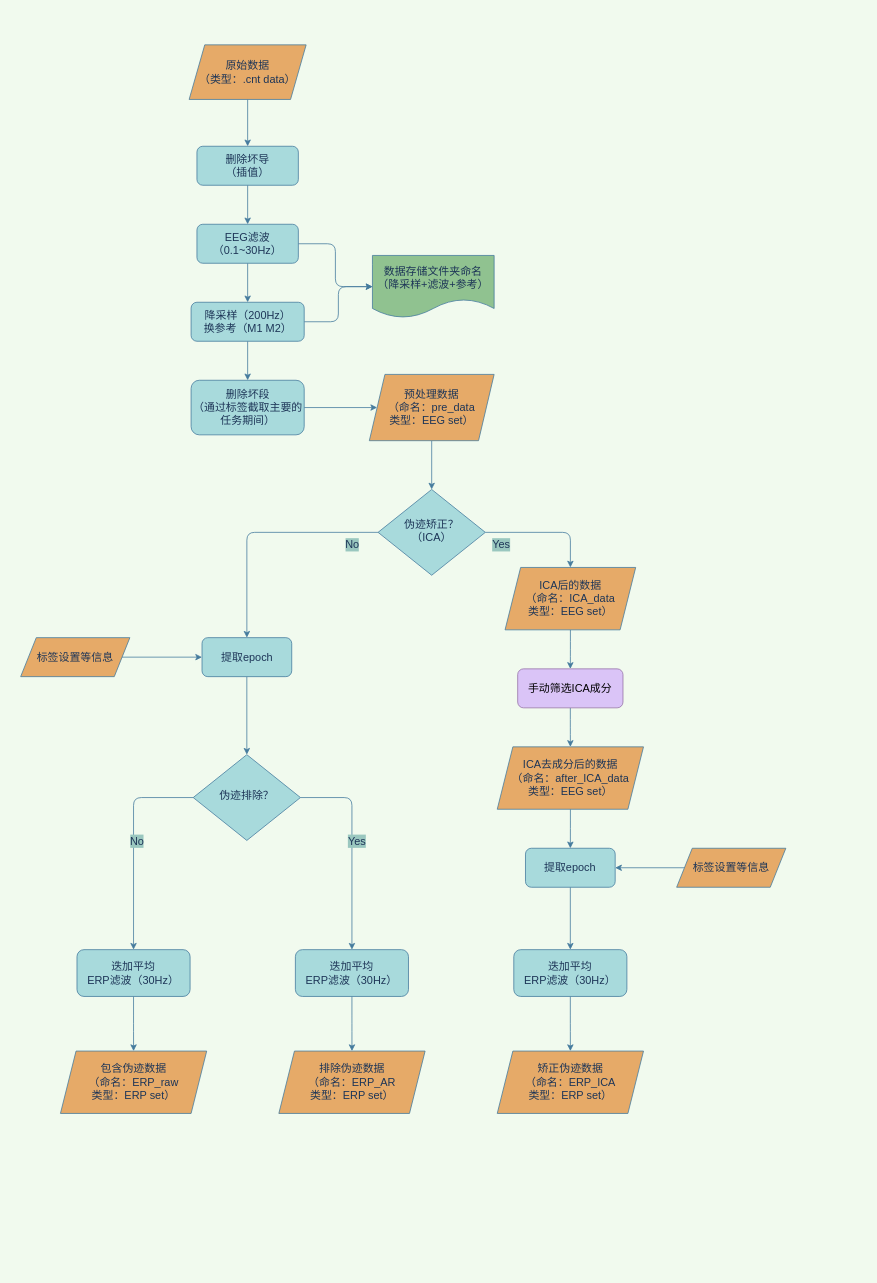
Before: EEG预处理流程.drawio in pilgrimmeng/Draw, a draw.io diagram. Source tidied: cells renumbered, new cells numbered last; positions are measured from the earlier drawing's top-left corner, leaving out a move shared by most shapes. Both pictures are drawn from the tidied source at 78%, with x=0, y=0 at pixel (20, 44).
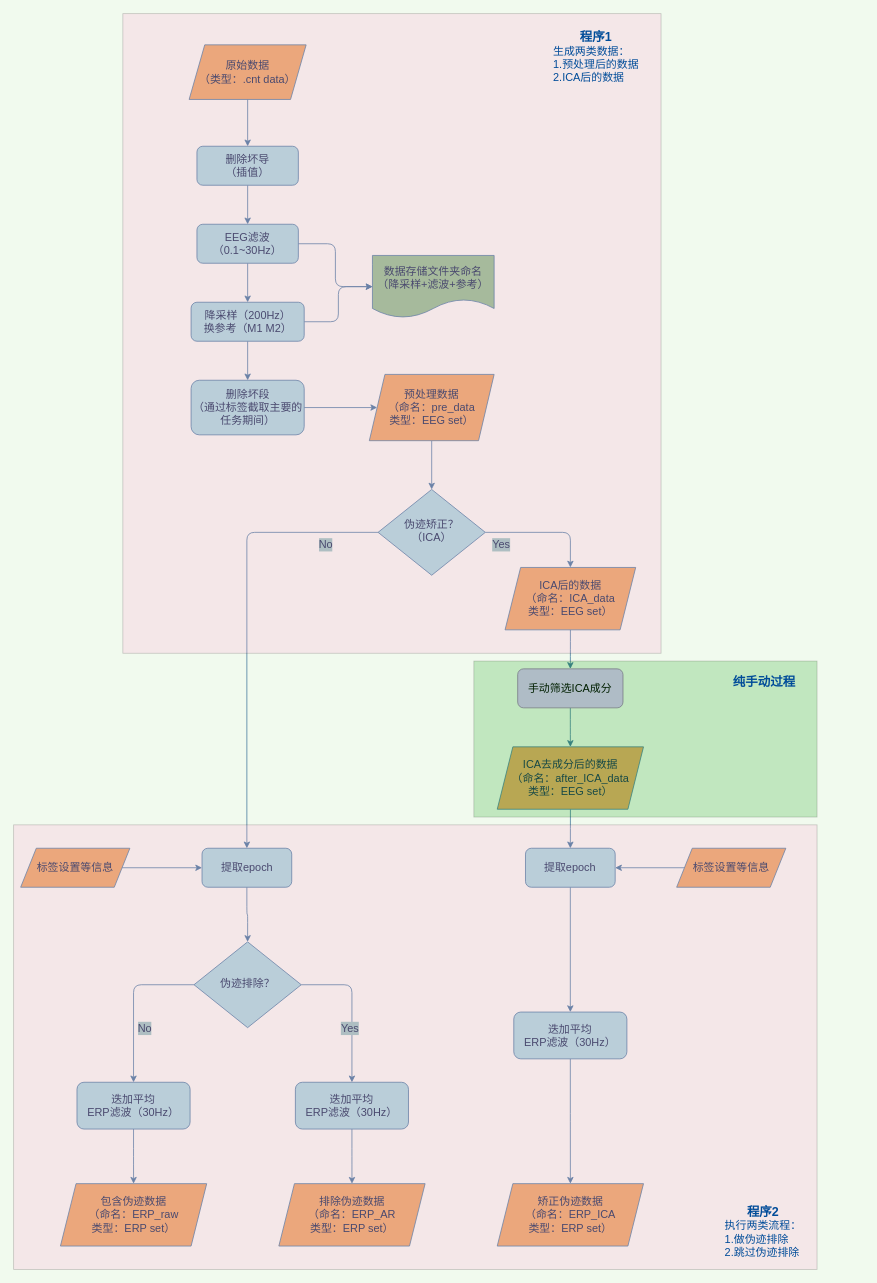
Above is the later version.

Commit message:
已添加 EEG预处理流程.drawio

Change to the diagram source:
```diff
@@
     <mxCell id="23" value="提取epoch" style="rounded=1;whiteSpace=wrap;html=1;fontSize=14;glass=0;strokeWidth=1;shadow=0;fillColor=#A8DADC;strokeColor=#457B9D;fontColor=#1D3557;" parent="1" vertex="1">
-      <mxGeometry x="232.5" y="760" width="115" height="50" as="geometry" />
+      <mxGeometry x="232.5" y="1030" width="115" height="50" as="geometry" />
     </mxCell>
@@
     <mxCell id="25" value="标签设置等信息" style="shape=parallelogram;perimeter=parallelogramPerimeter;whiteSpace=wrap;html=1;fixedSize=1;rounded=0;sketch=0;fontColor=#1D3557;strokeColor=#457B9D;fontSize=14;fillColor=#E6AA68;" parent="1" vertex="1">
-      <mxGeometry y="760" width="140" height="50" as="geometry" />
+      <mxGeometry y="1030" width="140" height="50" as="geometry" />
     </mxCell>
@@
     <mxCell id="32" value="伪迹排除？" style="rhombus;whiteSpace=wrap;html=1;shadow=0;fontFamily=Helvetica;fontSize=14;align=center;strokeWidth=1;spacing=6;spacingTop=-4;fillColor=#A8DADC;strokeColor=#457B9D;fontColor=#1D3557;" parent="1" vertex="1">
-      <mxGeometry x="221.2" y="910" width="137.5" height="110" as="geometry" />
+      <mxGeometry x="222.2" y="1150" width="137.5" height="110" as="geometry" />
     </mxCell>
@@
     <mxCell id="38" value="迭加平均&lt;br&gt;ERP滤波（30Hz）" style="rounded=1;whiteSpace=wrap;html=1;fontSize=14;glass=0;strokeWidth=1;shadow=0;fillColor=#A8DADC;strokeColor=#457B9D;fontColor=#1D3557;" parent="1" vertex="1">
-      <mxGeometry x="72.2" y="1160" width="145" height="60" as="geometry" />
+      <mxGeometry x="72.2" y="1330" width="145" height="60" as="geometry" />
     </mxCell>
@@
     <mxCell id="44" value="迭加平均&lt;br&gt;ERP滤波（30Hz）" style="rounded=1;whiteSpace=wrap;html=1;fontSize=14;glass=0;strokeWidth=1;shadow=0;fillColor=#A8DADC;strokeColor=#457B9D;fontColor=#1D3557;" parent="1" vertex="1">
-      <mxGeometry x="352.2" y="1160" width="145" height="60" as="geometry" />
+      <mxGeometry x="352.2" y="1330" width="145" height="60" as="geometry" />
     </mxCell>
@@
     <mxCell id="46" value="迭加平均&lt;br&gt;ERP滤波（30Hz）" style="rounded=1;whiteSpace=wrap;html=1;fontSize=14;glass=0;strokeWidth=1;shadow=0;fillColor=#A8DADC;strokeColor=#457B9D;fontColor=#1D3557;" parent="1" vertex="1">
-      <mxGeometry x="632.2" y="1160" width="145" height="60" as="geometry" />
+      <mxGeometry x="632.2" y="1240" width="145" height="60" as="geometry" />
     </mxCell>
     <mxCell id="47" value="包含伪迹数据&lt;br&gt;（命名：ERP_raw&lt;br&gt;类型：ERP set）" style="shape=parallelogram;perimeter=parallelogramPerimeter;whiteSpace=wrap;html=1;fixedSize=1;rounded=0;sketch=0;fontColor=#1D3557;strokeColor=#457B9D;fontSize=14;fillColor=#E6AA68;" parent="1" vertex="1">
-      <mxGeometry x="51" y="1290" width="187.5" height="80" as="geometry" />
+      <mxGeometry x="51" y="1460" width="187.5" height="80" as="geometry" />
     </mxCell>
     <mxCell id="48" value="排除伪迹数据&lt;br&gt;（命名：ERP_AR&lt;br&gt;类型：ERP set）" style="shape=parallelogram;perimeter=parallelogramPerimeter;whiteSpace=wrap;html=1;fixedSize=1;rounded=0;sketch=0;fontColor=#1D3557;strokeColor=#457B9D;fontSize=14;fillColor=#E6AA68;" parent="1" vertex="1">
-      <mxGeometry x="331" y="1290" width="187.5" height="80" as="geometry" />
+      <mxGeometry x="331" y="1460" width="187.5" height="80" as="geometry" />
     </mxCell>
     <mxCell id="49" value="矫正伪迹数据&lt;br&gt;（命名：ERP_ICA&lt;br&gt;类型：ERP set）" style="shape=parallelogram;perimeter=parallelogramPerimeter;whiteSpace=wrap;html=1;fixedSize=1;rounded=0;sketch=0;fontColor=#1D3557;strokeColor=#457B9D;fontSize=14;fillColor=#E6AA68;" parent="1" vertex="1">
-      <mxGeometry x="611" y="1290" width="187.5" height="80" as="geometry" />
+      <mxGeometry x="611" y="1460" width="187.5" height="80" as="geometry" />
     </mxCell>
+    <mxCell id="50" style="rounded=0;whiteSpace=wrap;html=1;fillColor=#FF99CC;opacity=20;" parent="1" vertex="1">
+      <mxGeometry x="131" y="-40" width="690" height="820" as="geometry" />
+    </mxCell>
+    <mxCell id="51" value="&lt;div style=&quot;text-align: center&quot;&gt;&lt;font style=&quot;font-size: 16px&quot;&gt;程序1&lt;/font&gt;&lt;/div&gt;&lt;span style=&quot;font-size: 14px&quot;&gt;&lt;span style=&quot;font-weight: normal&quot;&gt;生成两类数据：&lt;/span&gt;&lt;br&gt;&lt;span style=&quot;font-weight: normal&quot;&gt;1.预处理后的数据&lt;/span&gt;&lt;br&gt;&lt;span style=&quot;font-weight: normal&quot;&gt;2.ICA后的数据&lt;/span&gt;&lt;br&gt;&lt;/span&gt;" style="text;html=1;strokeColor=none;fillColor=none;align=left;verticalAlign=top;whiteSpace=wrap;rounded=0;opacity=20;fontStyle=1;fontColor=#004C99;" parent="1" vertex="1">
+      <mxGeometry x="681" y="-26.1" width="127.9" height="86.1" as="geometry" />
+    </mxCell>
+    <mxCell id="52" style="group;" parent="1" vertex="1">
+      <mxGeometry x="-9" y="1000" width="1030" height="570" as="geometry" />
+    </mxCell>
+    <mxCell id="53" style="rounded=0;whiteSpace=wrap;html=1;fillColor=#FF99CC;opacity=20;" parent="52" vertex="1">
+      <mxGeometry width="1030" height="570" as="geometry" />
+    </mxCell>
+    <mxCell id="54" value="&lt;div style=&quot;text-align: center&quot;&gt;&lt;font style=&quot;font-size: 16px&quot;&gt;程序2&lt;/font&gt;&lt;/div&gt;&lt;span style=&quot;font-size: 14px&quot;&gt;&lt;span style=&quot;font-weight: normal&quot;&gt;执行两类流程：&lt;/span&gt;&lt;br&gt;&lt;span style=&quot;font-weight: normal&quot;&gt;1.做伪迹排除&lt;/span&gt;&lt;br&gt;&lt;span style=&quot;font-weight: normal&quot;&gt;2.跳过&lt;/span&gt;&lt;/span&gt;&lt;span style=&quot;font-size: 14px ; font-weight: 400&quot;&gt;伪迹排除&lt;/span&gt;&lt;span style=&quot;font-size: 14px&quot;&gt;&lt;br&gt;&lt;/span&gt;" style="text;html=1;strokeColor=none;fillColor=none;align=left;verticalAlign=top;whiteSpace=wrap;rounded=0;opacity=20;fontStyle=1;fontColor=#004C99;" parent="52" vertex="1">
+      <mxGeometry x="910" y="480" width="110.9" height="80.3" as="geometry" />
+    </mxCell>
+    <mxCell id="55" style="group;" parent="1" vertex="1">
+      <mxGeometry x="51" y="580" width="1030" height="570" as="geometry" />
+    </mxCell>
+    <mxCell id="56" style="rounded=0;whiteSpace=wrap;html=1;opacity=20;fillColor=#009900;" parent="55" vertex="1">
+      <mxGeometry x="530" y="210" width="440" height="200" as="geometry" />
+    </mxCell>
+    <mxCell id="57" value="&lt;div style=&quot;&quot;&gt;&lt;span style=&quot;font-size: 16px&quot;&gt;纯手动过程&lt;/span&gt;&lt;/div&gt;&lt;span style=&quot;font-size: 14px&quot;&gt;&lt;br&gt;&lt;/span&gt;" style="text;html=1;strokeColor=none;fillColor=none;align=center;verticalAlign=top;whiteSpace=wrap;rounded=0;opacity=20;fontStyle=1;fontColor=#004C99;" parent="55" vertex="1">
+      <mxGeometry x="847" y="220" width="110.9" height="100" as="geometry" />
+    </mxCell>
```
